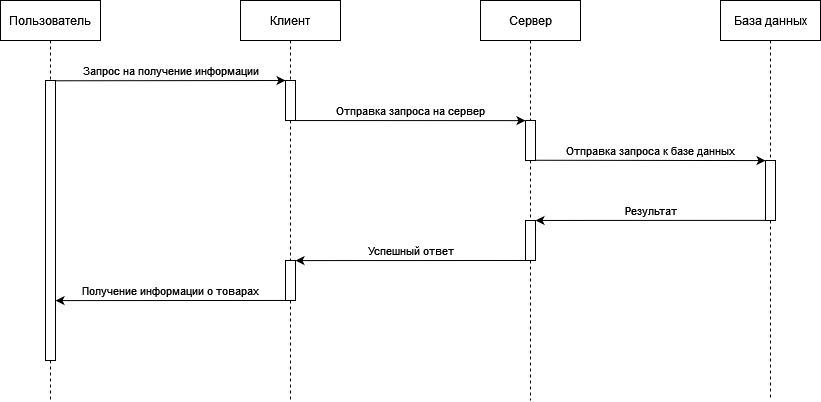
The draw.io diagram SDS/Images/Sequence_show_goods.png in PhoeniX-art-lab/TRiTPO, before a commit. Source tidied: cells renumbered, new cells last; positions are measured from the earlier drawing's top-left corner, leaving out a move shared by most shapes. Its diagram source:
```xml
<mxGraphModel>
  <root>
    <mxCell id="0" />
    <mxCell id="1" parent="0" />
    <mxCell id="2" value="Пользователь" style="shape=umlLifeline;perimeter=lifelinePerimeter;whiteSpace=wrap;html=1;" parent="1" vertex="1">
      <mxGeometry width="100" height="80" as="geometry" />
    </mxCell>
    <mxCell id="3" style="edgeStyle=orthogonalEdgeStyle;rounded=0;jettySize=auto;html=1;dashed=1;endArrow=none;endFill=0;" parent="1" edge="1" source="4">
      <mxGeometry relative="1" as="geometry">
        <mxPoint x="50" y="400" as="targetPoint" />
      </mxGeometry>
    </mxCell>
    <mxCell id="4" style="html=1;points=[];perimeter=orthogonalPerimeter;" parent="1" vertex="1">
      <mxGeometry x="45" y="80" width="10" height="280" as="geometry" />
    </mxCell>
    <mxCell id="5" value="Сервер" style="shape=umlLifeline;perimeter=lifelinePerimeter;whiteSpace=wrap;html=1;" parent="1" vertex="1">
      <mxGeometry x="480" width="100" height="120" as="geometry" />
    </mxCell>
    <mxCell id="6" value="База данных" style="shape=umlLifeline;perimeter=lifelinePerimeter;whiteSpace=wrap;html=1;" parent="1" vertex="1">
      <mxGeometry x="720" width="100" height="160" as="geometry" />
    </mxCell>
    <mxCell id="7" style="edgeStyle=orthogonalEdgeStyle;rounded=0;jettySize=auto;html=1;dashed=1;endArrow=none;endFill=0;" parent="1" edge="1" source="8" target="19">
      <mxGeometry relative="1" as="geometry" />
    </mxCell>
    <mxCell id="8" style="html=1;points=[];perimeter=orthogonalPerimeter;" parent="1" vertex="1">
      <mxGeometry x="525" y="120" width="10" height="40" as="geometry" />
    </mxCell>
    <mxCell id="9" value="Запрос на получение информации" style="endArrow=classic;html=1;rounded=0;exitX=1;exitY=0.001;exitDx=0;exitDy=0;exitPerimeter=0;entryX=0;entryY=0;entryDx=0;entryDy=0;entryPerimeter=0;" parent="1" edge="1" source="4" target="15">
      <mxGeometry y="10" relative="1" as="geometry" />
    </mxCell>
    <mxCell id="10" style="edgeStyle=orthogonalEdgeStyle;rounded=0;jettySize=auto;html=1;dashed=1;endArrow=none;endFill=0;" parent="1" edge="1" source="11">
      <mxGeometry relative="1" as="geometry">
        <mxPoint x="770" y="400" as="targetPoint" />
      </mxGeometry>
    </mxCell>
    <mxCell id="11" style="html=1;points=[];perimeter=orthogonalPerimeter;" parent="1" vertex="1">
      <mxGeometry x="765" y="160" width="10" height="60" as="geometry" />
    </mxCell>
    <mxCell id="12" value="Отправка запроса к базе данных" style="endArrow=classic;html=1;rounded=0;exitX=0.985;exitY=0.497;exitDx=0;exitDy=0;exitPerimeter=0;entryX=0;entryY=0.501;entryDx=0;entryDy=0;entryPerimeter=0;" parent="1" edge="1">
      <mxGeometry y="10" relative="1" as="geometry">
        <mxPoint x="534.8" y="159.8" as="sourcePoint" />
        <mxPoint x="765" y="160.1" as="targetPoint" />
      </mxGeometry>
    </mxCell>
    <mxCell id="13" value="Клиент" style="shape=umlLifeline;perimeter=lifelinePerimeter;whiteSpace=wrap;html=1;" parent="1" vertex="1">
      <mxGeometry x="240" width="100" height="80" as="geometry" />
    </mxCell>
    <mxCell id="14" style="edgeStyle=orthogonalEdgeStyle;rounded=0;jettySize=auto;html=1;entryX=0.497;entryY=-0.003;entryDx=0;entryDy=0;entryPerimeter=0;endArrow=none;endFill=0;dashed=1;" parent="1" edge="1" source="15" target="22">
      <mxGeometry relative="1" as="geometry" />
    </mxCell>
    <mxCell id="15" style="html=1;points=[];perimeter=orthogonalPerimeter;" parent="1" vertex="1">
      <mxGeometry x="285" y="80" width="10" height="40" as="geometry" />
    </mxCell>
    <mxCell id="16" value="Отправка запроса на сервер" style="endArrow=classic;html=1;rounded=0;exitX=0.994;exitY=1.001;exitDx=0;exitDy=0;exitPerimeter=0;entryX=-0.005;entryY=0.003;entryDx=0;entryDy=0;entryPerimeter=0;" parent="1" edge="1" source="15" target="8">
      <mxGeometry y="10" relative="1" as="geometry" />
    </mxCell>
    <mxCell id="17" value="Результат" style="endArrow=classic;html=1;rounded=0;exitX=0.002;exitY=0.998;exitDx=0;exitDy=0;exitPerimeter=0;entryX=1.002;entryY=-0.001;entryDx=0;entryDy=0;entryPerimeter=0;" parent="1" edge="1" source="11" target="19">
      <mxGeometry y="-10" relative="1" as="geometry" />
    </mxCell>
    <mxCell id="18" style="edgeStyle=orthogonalEdgeStyle;rounded=0;jettySize=auto;html=1;dashed=1;endArrow=none;endFill=0;" parent="1" edge="1" source="19">
      <mxGeometry relative="1" as="geometry">
        <mxPoint x="530" y="400" as="targetPoint" />
      </mxGeometry>
    </mxCell>
    <mxCell id="19" style="html=1;points=[];perimeter=orthogonalPerimeter;" parent="1" vertex="1">
      <mxGeometry x="525" y="220" width="10" height="40" as="geometry" />
    </mxCell>
    <mxCell id="20" value="Успешный ответ" style="endArrow=classic;html=1;rounded=0;exitX=0.002;exitY=0.998;exitDx=0;exitDy=0;exitPerimeter=0;entryX=1.002;entryY=-0.001;entryDx=0;entryDy=0;entryPerimeter=0;" parent="1" edge="1">
      <mxGeometry y="-10" relative="1" as="geometry">
        <mxPoint x="525" y="260" as="sourcePoint" />
        <mxPoint x="295" y="260.1" as="targetPoint" />
      </mxGeometry>
    </mxCell>
    <mxCell id="21" style="edgeStyle=orthogonalEdgeStyle;rounded=0;jettySize=auto;html=1;dashed=1;endArrow=none;endFill=0;" parent="1" edge="1" source="22">
      <mxGeometry relative="1" as="geometry">
        <mxPoint x="290" y="400" as="targetPoint" />
      </mxGeometry>
    </mxCell>
    <mxCell id="22" style="html=1;points=[];perimeter=orthogonalPerimeter;" parent="1" vertex="1">
      <mxGeometry x="285" y="260" width="10" height="40" as="geometry" />
    </mxCell>
    <mxCell id="23" value="Получение информации о товарах" style="endArrow=classic;html=1;rounded=0;exitX=0.007;exitY=0.999;exitDx=0;exitDy=0;exitPerimeter=0;entryX=1.003;entryY=0.786;entryDx=0;entryDy=0;entryPerimeter=0;" parent="1" edge="1" source="22" target="4">
      <mxGeometry y="-10" relative="1" as="geometry" />
    </mxCell>
  </root>
</mxGraphModel>
```
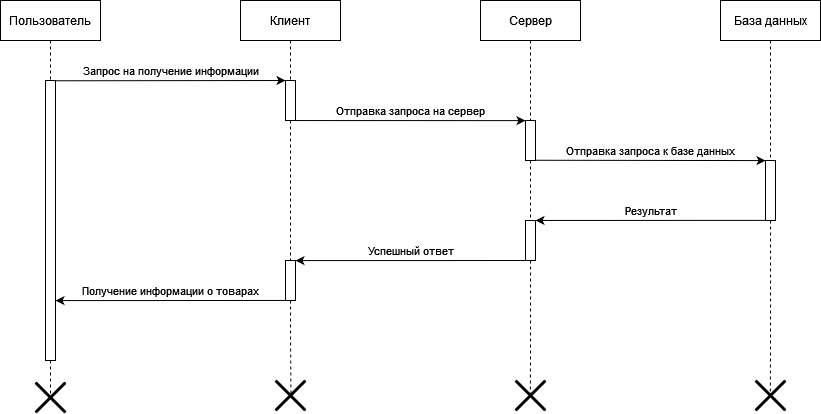
The same diagram one commit later.

Change to the diagram source:
```diff
@@ -28,11 +28,6 @@
     <mxCell id="9" value="Запрос на получение информации" style="endArrow=classic;html=1;rounded=0;exitX=1;exitY=0.001;exitDx=0;exitDy=0;exitPerimeter=0;entryX=0;entryY=0;entryDx=0;entryDy=0;entryPerimeter=0;" parent="1" edge="1" source="4" target="15">
       <mxGeometry y="10" relative="1" as="geometry" />
     </mxCell>
-    <mxCell id="10" style="edgeStyle=orthogonalEdgeStyle;rounded=0;jettySize=auto;html=1;dashed=1;endArrow=none;endFill=0;" parent="1" edge="1" source="11">
-      <mxGeometry relative="1" as="geometry">
-        <mxPoint x="770" y="400" as="targetPoint" />
-      </mxGeometry>
-    </mxCell>
     <mxCell id="11" style="html=1;points=[];perimeter=orthogonalPerimeter;" parent="1" vertex="1">
       <mxGeometry x="765" y="160" width="10" height="60" as="geometry" />
     </mxCell>
@@ -57,11 +52,6 @@
     <mxCell id="17" value="Результат" style="endArrow=classic;html=1;rounded=0;exitX=0.002;exitY=0.998;exitDx=0;exitDy=0;exitPerimeter=0;entryX=1.002;entryY=-0.001;entryDx=0;entryDy=0;entryPerimeter=0;" parent="1" edge="1" source="11" target="19">
       <mxGeometry y="-10" relative="1" as="geometry" />
     </mxCell>
-    <mxCell id="18" style="edgeStyle=orthogonalEdgeStyle;rounded=0;jettySize=auto;html=1;dashed=1;endArrow=none;endFill=0;" parent="1" edge="1" source="19">
-      <mxGeometry relative="1" as="geometry">
-        <mxPoint x="530" y="400" as="targetPoint" />
-      </mxGeometry>
-    </mxCell>
     <mxCell id="19" style="html=1;points=[];perimeter=orthogonalPerimeter;" parent="1" vertex="1">
       <mxGeometry x="525" y="220" width="10" height="40" as="geometry" />
     </mxCell>
@@ -71,16 +61,32 @@
         <mxPoint x="295" y="260.1" as="targetPoint" />
       </mxGeometry>
     </mxCell>
-    <mxCell id="21" style="edgeStyle=orthogonalEdgeStyle;rounded=0;jettySize=auto;html=1;dashed=1;endArrow=none;endFill=0;" parent="1" edge="1" source="22">
-      <mxGeometry relative="1" as="geometry">
-        <mxPoint x="290" y="400" as="targetPoint" />
-      </mxGeometry>
-    </mxCell>
     <mxCell id="22" style="html=1;points=[];perimeter=orthogonalPerimeter;" parent="1" vertex="1">
       <mxGeometry x="285" y="260" width="10" height="40" as="geometry" />
     </mxCell>
     <mxCell id="23" value="Получение информации о товарах" style="endArrow=classic;html=1;rounded=0;exitX=0.007;exitY=0.999;exitDx=0;exitDy=0;exitPerimeter=0;entryX=1.003;entryY=0.786;entryDx=0;entryDy=0;entryPerimeter=0;" parent="1" edge="1" source="22" target="4">
       <mxGeometry y="-10" relative="1" as="geometry" />
     </mxCell>
+    <mxCell id="24" style="shape=umlDestroy;whiteSpace=wrap;html=1;strokeWidth=3;" parent="1" vertex="1">
+      <mxGeometry x="35" y="382" width="30" height="30" as="geometry" />
+    </mxCell>
+    <mxCell id="25" style="shape=umlDestroy;whiteSpace=wrap;html=1;strokeWidth=3;" parent="1" vertex="1">
+      <mxGeometry x="275" y="380" width="30" height="30" as="geometry" />
+    </mxCell>
+    <mxCell id="26" style="edgeStyle=orthogonalEdgeStyle;rounded=0;jettySize=auto;html=1;dashed=1;endArrow=none;endFill=0;entryX=0.514;entryY=0.505;entryDx=0;entryDy=0;entryPerimeter=0;" parent="1" edge="1" source="22" target="25">
+      <mxGeometry relative="1" as="geometry" />
+    </mxCell>
+    <mxCell id="27" style="shape=umlDestroy;whiteSpace=wrap;html=1;strokeWidth=3;" parent="1" vertex="1">
+      <mxGeometry x="515" y="380" width="30" height="30" as="geometry" />
+    </mxCell>
+    <mxCell id="28" style="edgeStyle=orthogonalEdgeStyle;rounded=0;jettySize=auto;html=1;dashed=1;endArrow=none;endFill=0;entryX=0.495;entryY=0.505;entryDx=0;entryDy=0;entryPerimeter=0;" parent="1" edge="1" source="19" target="27">
+      <mxGeometry relative="1" as="geometry" />
+    </mxCell>
+    <mxCell id="29" style="shape=umlDestroy;whiteSpace=wrap;html=1;strokeWidth=3;" parent="1" vertex="1">
+      <mxGeometry x="755" y="380" width="30" height="30" as="geometry" />
+    </mxCell>
+    <mxCell id="30" style="edgeStyle=orthogonalEdgeStyle;rounded=0;jettySize=auto;html=1;dashed=1;endArrow=none;endFill=0;entryX=0.495;entryY=0.467;entryDx=0;entryDy=0;entryPerimeter=0;" parent="1" edge="1" source="11" target="29">
+      <mxGeometry relative="1" as="geometry" />
+    </mxCell>
   </root>
 </mxGraphModel>
```
